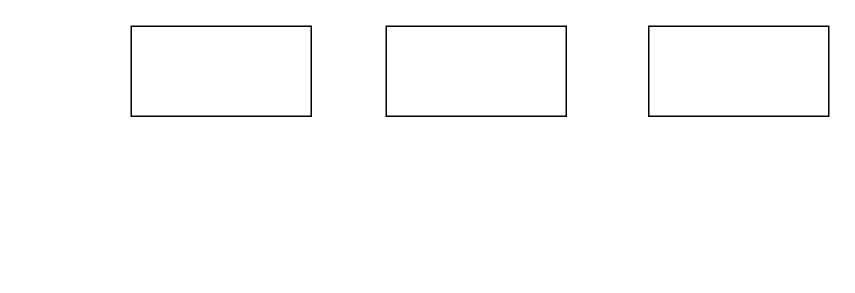
Before: dessin.drawio in Maxft68/Get_next_, a draw.io diagram. Source tidied: cells renumbered, new cells numbered last; positions are measured from the earlier drawing's top-left corner, leaving out a move shared by most shapes. Both pictures are drawn from the tidied source at 150%, with x=0, y=0 at pixel (130, 26).
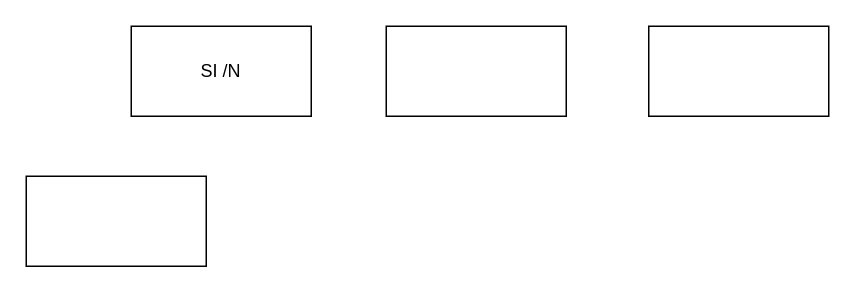
Above is the later version.

What changed in the source:
```diff
@@
 <mxGraphModel>
   <root>
     <mxCell id="0" />
     <mxCell id="1" parent="0" />
-    <mxCell id="2" style="whiteSpace=wrap;html=1;" parent="1" vertex="1">
+    <mxCell id="2" value="SI /N" style="whiteSpace=wrap;html=1;" parent="1" vertex="1">
       <mxGeometry width="120" height="60" as="geometry" />
     </mxCell>
     <mxCell id="3" style="whiteSpace=wrap;html=1;" parent="1" vertex="1">
       <mxGeometry x="170" width="120" height="60" as="geometry" />
     </mxCell>
     <mxCell id="4" style="whiteSpace=wrap;html=1;" parent="1" vertex="1">
       <mxGeometry x="345" width="120" height="60" as="geometry" />
     </mxCell>
+    <mxCell id="5" style="whiteSpace=wrap;html=1;" parent="1" vertex="1">
+      <mxGeometry x="-70" y="100" width="120" height="60" as="geometry" />
+    </mxCell>
   </root>
 </mxGraphModel>
```
